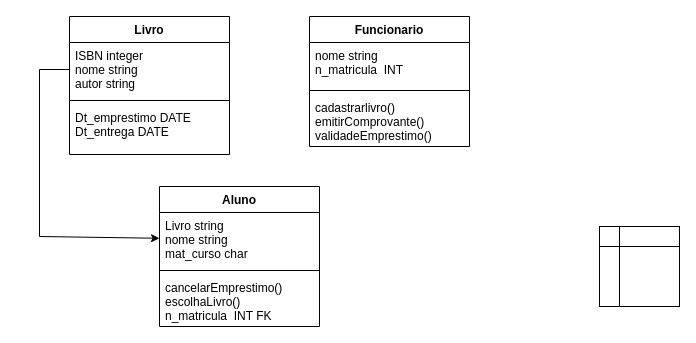
owlprog-glitch/spiritpro keeps this draw.io diagram as AnaliseSistemasII/Untitled Diagram.drawio. Above is the earlier version. Source tidied: cells renumbered, new cells numbered last; positions are measured from the earlier drawing's top-left corner, leaving out a move shared by most shapes. Both pictures are drawn from the tidied source at 100%, with x=0, y=0 at pixel (39, 16).
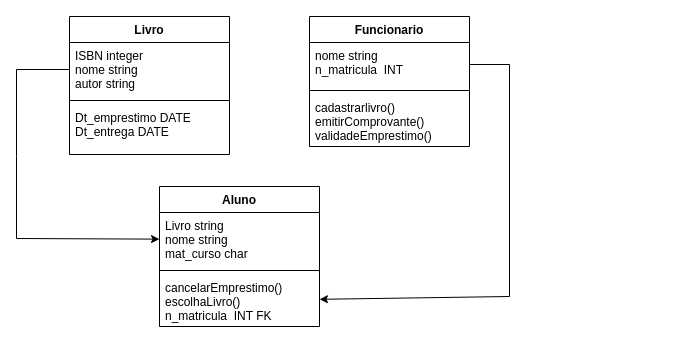
The same diagram, later.

Diff of the diagram source:
```diff
@@
 <mxGraphModel>
   <root>
     <mxCell id="0" />
     <mxCell id="1" parent="0" />
-    <mxCell id="2" style="shape=internalStorage;whiteSpace=wrap;html=1;backgroundOutline=1;" parent="1" vertex="1">
-      <mxGeometry x="560" y="210" width="80" height="80" as="geometry" />
-    </mxCell>
+    <mxCell id="15" style="rounded=0;jettySize=auto;html=1;exitX=0;exitY=0.5;exitDx=0;exitDy=0;" parent="1" edge="1" source="4" target="12">
+      <mxGeometry relative="1" as="geometry">
+        <Array as="points">
+          <mxPoint x="-23" y="53" />
+          <mxPoint x="-23" y="140" />
+          <mxPoint x="-23" y="222" />
+        </Array>
+      </mxGeometry>
+    </mxCell>
+    <mxCell id="16" style="edgeStyle=none;rounded=0;jettySize=auto;html=1;exitX=1;exitY=0.5;exitDx=0;exitDy=0;" parent="1" edge="1" source="8" target="14">
+      <mxGeometry relative="1" as="geometry">
+        <Array as="points">
+          <mxPoint x="470" y="48" />
+          <mxPoint x="470" y="280" />
+        </Array>
+      </mxGeometry>
+    </mxCell>
     <mxCell id="3" value="Livro" style="swimlane;fontStyle=1;align=center;verticalAlign=top;horizontal=1;startSize=26;" parent="1" vertex="1">
       <mxGeometry x="30" width="160" height="138" as="geometry" />
     </mxCell>
     <mxCell id="4" value="ISBN integer&#10;nome string&#10;autor string" style="text;strokeColor=none;fillColor=none;align=left;verticalAlign=top;spacingLeft=4;spacingRight=4;overflow=hidden;points=[[0,0.5],[1,0.5]];portConstraint=eastwest;" parent="3" vertex="1">
       <mxGeometry y="26" width="160" height="54" as="geometry" />
     </mxCell>
     <mxCell id="5" style="line;strokeWidth=1;fillColor=none;align=left;verticalAlign=middle;spacingTop=-1;spacingLeft=3;spacingRight=3;labelPosition=right;" parent="3" vertex="1">
       <mxGeometry y="80" width="160" height="8" as="geometry" />
     </mxCell>
     <mxCell id="6" value="Dt_emprestimo DATE&#10;Dt_entrega DATE&#10;" style="text;strokeColor=none;fillColor=none;align=left;verticalAlign=top;spacingLeft=4;spacingRight=4;overflow=hidden;" parent="3" vertex="1">
       <mxGeometry y="88" width="160" height="50" as="geometry" />
     </mxCell>
     <mxCell id="7" value="Funcionario" style="swimlane;fontStyle=1;align=center;verticalAlign=top;horizontal=1;startSize=26;" parent="1" vertex="1">
       <mxGeometry x="270" width="160" height="130" as="geometry" />
     </mxCell>
     <mxCell id="8" value="nome string&#10;n_matricula  INT" style="text;strokeColor=none;fillColor=none;align=left;verticalAlign=top;spacingLeft=4;spacingRight=4;overflow=hidden;points=[[0,0.5],[1,0.5]];portConstraint=eastwest;" parent="7" vertex="1">
       <mxGeometry y="26" width="160" height="44" as="geometry" />
     </mxCell>
     <mxCell id="9" style="line;strokeWidth=1;fillColor=none;align=left;verticalAlign=middle;spacingTop=-1;spacingLeft=3;spacingRight=3;labelPosition=right;" parent="7" vertex="1">
       <mxGeometry y="70" width="160" height="8" as="geometry" />
     </mxCell>
     <mxCell id="10" value="cadastrarlivro()&#10;emitirComprovante()&#10;validadeEmprestimo()&#10;" style="text;strokeColor=none;fillColor=none;align=left;verticalAlign=top;spacingLeft=4;spacingRight=4;overflow=hidden;" parent="7" vertex="1">
       <mxGeometry y="78" width="160" height="52" as="geometry" />
     </mxCell>
     <mxCell id="11" value="Aluno" style="swimlane;fontStyle=1;align=center;verticalAlign=top;horizontal=1;startSize=26;" parent="1" vertex="1">
       <mxGeometry x="120" y="170" width="160" height="140" as="geometry" />
     </mxCell>
     <mxCell id="12" value="Livro string&#10;nome string&#10;mat_curso char&#10;" style="text;strokeColor=none;fillColor=none;align=left;verticalAlign=top;spacingLeft=4;spacingRight=4;overflow=hidden;points=[[0,0.5],[1,0.5]];portConstraint=eastwest;" parent="11" vertex="1">
       <mxGeometry y="26" width="160" height="54" as="geometry" />
     </mxCell>
     <mxCell id="13" style="line;strokeWidth=1;fillColor=none;align=left;verticalAlign=middle;spacingTop=-1;spacingLeft=3;spacingRight=3;labelPosition=right;" parent="11" vertex="1">
       <mxGeometry y="80" width="160" height="8" as="geometry" />
     </mxCell>
     <mxCell id="14" value="cancelarEmprestimo()&#10;escolhaLivro()&#10;n_matricula  INT FK&#10;" style="text;strokeColor=none;fillColor=none;align=left;verticalAlign=top;spacingLeft=4;spacingRight=4;overflow=hidden;points=[[0,0.5],[1,0.5]];portConstraint=eastwest;" parent="11" vertex="1">
       <mxGeometry y="88" width="160" height="52" as="geometry" />
     </mxCell>
-    <mxCell id="15" style="rounded=0;jettySize=auto;html=1;exitX=0;exitY=0.5;exitDx=0;exitDy=0;" parent="1" edge="1" source="4" target="12">
-      <mxGeometry relative="1" as="geometry">
-        <Array as="points">
-          <mxPoint y="53" />
-          <mxPoint y="220" />
-        </Array>
-      </mxGeometry>
-    </mxCell>
   </root>
 </mxGraphModel>
```
